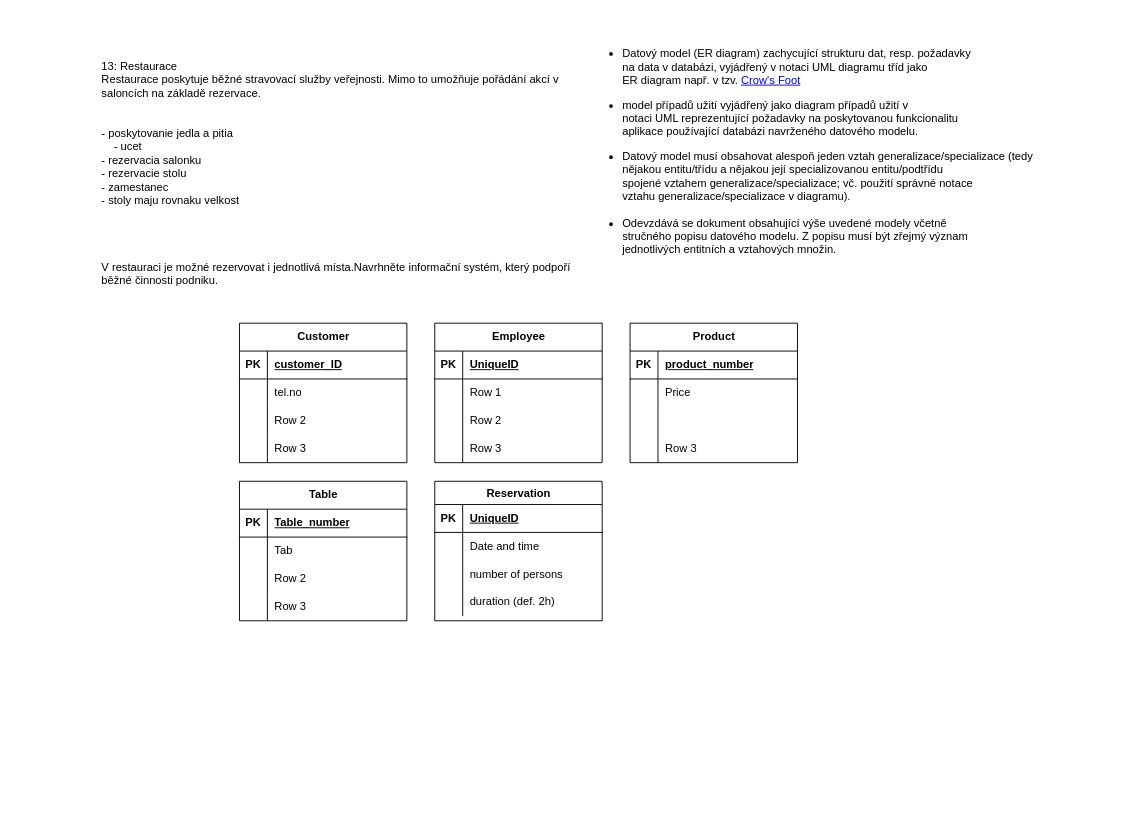
Earlier version of the draw.io diagram Untitled Diagram.drawio (5r6t/IDS_project_2025). Source tidied: cells renumbered, new cells numbered last; positions are measured from the earlier drawing's top-left corner, leaving out a move shared by most shapes. Both pictures are drawn from the tidied source at 93%, with x=0, y=0 at pixel (100, 16).
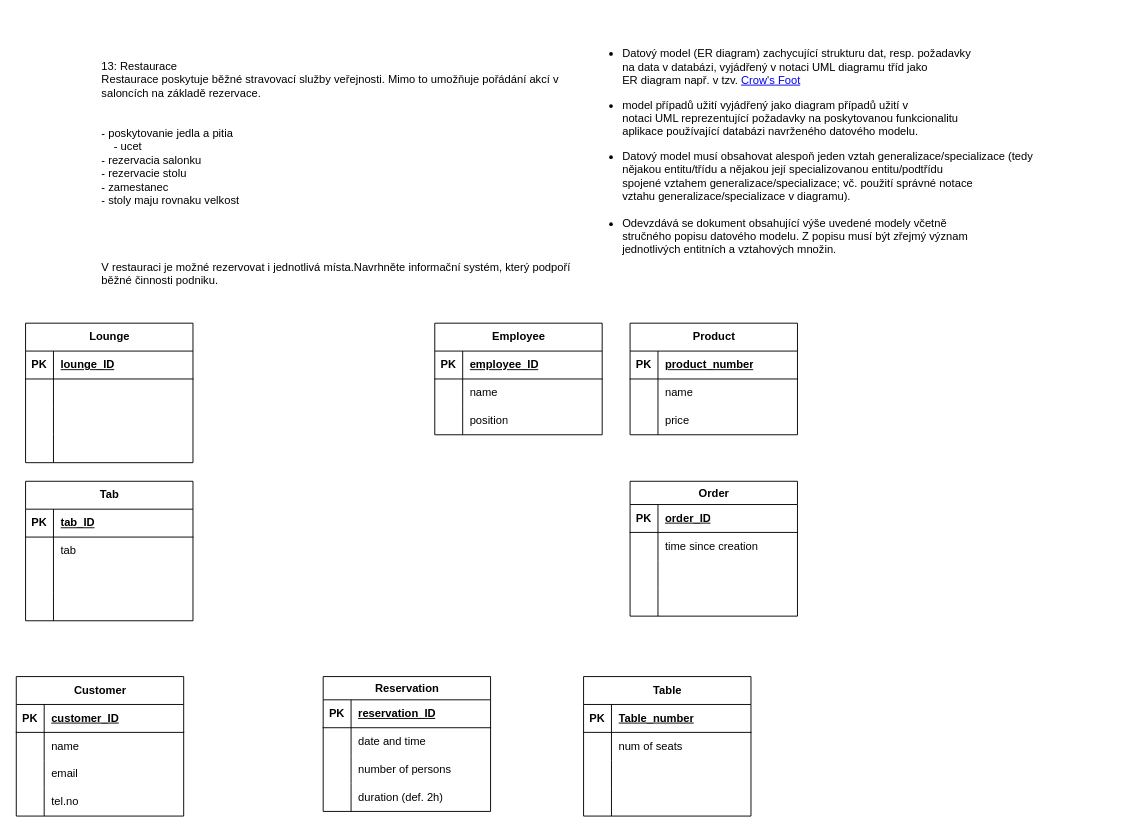
The same diagram, later.

The change refers to these unchanged cells:
```xml
<mxCell id="18" style="shape=tableRow;horizontal=0;startSize=0;swimlaneHead=0;swimlaneBody=0;fillColor=none;top=0;left=0;right=0;bottom=1;" parent="17" vertex="1">
  <mxGeometry y="25" width="180" height="30" as="geometry" />
</mxCell>
<mxCell id="21" style="shape=tableRow;horizontal=0;startSize=0;swimlaneHead=0;swimlaneBody=0;fillColor=none;top=0;left=0;right=0;bottom=0;" parent="17" vertex="1">
  <mxGeometry y="55" width="180" height="30" as="geometry" />
</mxCell>
<mxCell id="34" style="shape=tableRow;horizontal=0;startSize=0;swimlaneHead=0;swimlaneBody=0;fillColor=none;top=0;left=0;right=0;bottom=0;" parent="30" vertex="1">
  <mxGeometry y="60" width="180" height="30" as="geometry" />
</mxCell>
<mxCell id="37" style="shape=tableRow;horizontal=0;startSize=0;swimlaneHead=0;swimlaneBody=0;fillColor=none;top=0;left=0;right=0;bottom=0;" parent="30" vertex="1">
  <mxGeometry y="90" width="180" height="30" as="geometry" />
</mxCell>
<mxCell id="40" style="shape=tableRow;horizontal=0;startSize=0;swimlaneHead=0;swimlaneBody=0;fillColor=none;top=0;left=0;right=0;bottom=0;" parent="30" vertex="1">
  <mxGeometry y="120" width="180" height="30" as="geometry" />
</mxCell>
<mxCell id="44" style="shape=tableRow;horizontal=0;startSize=0;swimlaneHead=0;swimlaneBody=0;fillColor=none;top=0;left=0;right=0;bottom=1;" parent="43" vertex="1">
  <mxGeometry y="30" width="180" height="30" as="geometry" />
</mxCell>
<mxCell id="47" style="shape=tableRow;horizontal=0;startSize=0;swimlaneHead=0;swimlaneBody=0;fillColor=none;top=0;left=0;right=0;bottom=0;" parent="43" vertex="1">
  <mxGeometry y="60" width="180" height="30" as="geometry" />
</mxCell>
<mxCell id="50" style="shape=tableRow;horizontal=0;startSize=0;swimlaneHead=0;swimlaneBody=0;fillColor=none;top=0;left=0;right=0;bottom=0;" parent="43" vertex="1">
  <mxGeometry y="90" width="180" height="30" as="geometry" />
</mxCell>
<mxCell id="60" style="shape=tableRow;horizontal=0;startSize=0;swimlaneHead=0;swimlaneBody=0;fillColor=none;top=0;left=0;right=0;bottom=0;" parent="56" vertex="1">
  <mxGeometry y="60" width="180" height="30" as="geometry" />
</mxCell>
<mxCell id="63" style="shape=tableRow;horizontal=0;startSize=0;swimlaneHead=0;swimlaneBody=0;fillColor=none;top=0;left=0;right=0;bottom=0;" parent="56" vertex="1">
  <mxGeometry y="90" width="180" height="30" as="geometry" />
</mxCell>
```

Change to the diagram source:
```diff
@@
     <mxCell id="4" value="&lt;div&gt;Customer&lt;/div&gt;" style="shape=table;startSize=30;childLayout=tableLayout;rowLines=0;fontStyle=1;align=center;html=1;" parent="1" vertex="1">
-      <mxGeometry x="150" y="330" width="180" height="150" as="geometry" />
+      <mxGeometry x="-90" y="710" width="180" height="150" as="geometry" />
     </mxCell>
@@
+    <mxCell id="14" style="shape=tableRow;horizontal=0;startSize=0;swimlaneHead=0;swimlaneBody=0;fillColor=none;top=0;left=0;right=0;bottom=0;" parent="4" vertex="1">
+      <mxGeometry y="60" width="180" height="30" as="geometry" />
+    </mxCell>
+    <mxCell id="15" style="shape=partialRectangle;fillColor=none;top=0;left=0;bottom=0;right=0;overflow=hidden;whiteSpace=wrap;html=1;" parent="14" vertex="1">
+      <mxGeometry width="30" height="30" as="geometry" />
+    </mxCell>
+    <mxCell id="16" value="name" style="shape=partialRectangle;fillColor=none;top=0;left=0;bottom=0;right=0;align=left;spacingLeft=6;overflow=hidden;whiteSpace=wrap;html=1;" parent="14" vertex="1">
+      <mxGeometry x="30" width="150" height="30" as="geometry" />
+    </mxCell>
+    <mxCell id="11" style="shape=tableRow;horizontal=0;startSize=0;swimlaneHead=0;swimlaneBody=0;fillColor=none;top=0;left=0;right=0;bottom=0;" parent="4" vertex="1">
+      <mxGeometry y="90" width="180" height="30" as="geometry" />
+    </mxCell>
+    <mxCell id="12" style="shape=partialRectangle;fillColor=none;top=0;left=0;bottom=0;right=0;overflow=hidden;whiteSpace=wrap;html=1;" parent="11" vertex="1">
+      <mxGeometry width="30" height="30" as="geometry" />
+    </mxCell>
+    <mxCell id="13" value="email" style="shape=partialRectangle;fillColor=none;top=0;left=0;bottom=0;right=0;align=left;spacingLeft=6;overflow=hidden;whiteSpace=wrap;html=1;" parent="11" vertex="1">
+      <mxGeometry x="30" width="150" height="30" as="geometry" />
+    </mxCell>
     <mxCell id="8" style="shape=tableRow;horizontal=0;startSize=0;swimlaneHead=0;swimlaneBody=0;fillColor=none;top=0;left=0;right=0;bottom=0;" parent="4" vertex="1">
-      <mxGeometry y="60" width="180" height="30" as="geometry" />
+      <mxGeometry y="120" width="180" height="30" as="geometry" />
     </mxCell>
@@
-    <mxCell id="11" style="shape=tableRow;horizontal=0;startSize=0;swimlaneHead=0;swimlaneBody=0;fillColor=none;top=0;left=0;right=0;bottom=0;" parent="4" vertex="1">
-      <mxGeometry y="90" width="180" height="30" as="geometry" />
-    </mxCell>
-    <mxCell id="12" style="shape=partialRectangle;fillColor=none;top=0;left=0;bottom=0;right=0;overflow=hidden;whiteSpace=wrap;html=1;" parent="11" vertex="1">
-      <mxGeometry width="30" height="30" as="geometry" />
-    </mxCell>
-    <mxCell id="13" value="Row 2" style="shape=partialRectangle;fillColor=none;top=0;left=0;bottom=0;right=0;align=left;spacingLeft=6;overflow=hidden;whiteSpace=wrap;html=1;" parent="11" vertex="1">
-      <mxGeometry x="30" width="150" height="30" as="geometry" />
-    </mxCell>
-    <mxCell id="14" style="shape=tableRow;horizontal=0;startSize=0;swimlaneHead=0;swimlaneBody=0;fillColor=none;top=0;left=0;right=0;bottom=0;" parent="4" vertex="1">
-      <mxGeometry y="120" width="180" height="30" as="geometry" />
-    </mxCell>
-    <mxCell id="15" style="shape=partialRectangle;fillColor=none;top=0;left=0;bottom=0;right=0;overflow=hidden;whiteSpace=wrap;html=1;" parent="14" vertex="1">
-      <mxGeometry width="30" height="30" as="geometry" />
-    </mxCell>
-    <mxCell id="16" value="Row 3" style="shape=partialRectangle;fillColor=none;top=0;left=0;bottom=0;right=0;align=left;spacingLeft=6;overflow=hidden;whiteSpace=wrap;html=1;" parent="14" vertex="1">
-      <mxGeometry x="30" width="150" height="30" as="geometry" />
-    </mxCell>
     <mxCell id="17" value="Reservation" style="shape=table;startSize=25;childLayout=tableLayout;rowLines=0;fontStyle=1;align=center;html=1;" parent="1" vertex="1">
-      <mxGeometry x="360" y="500" width="180" height="150" as="geometry" />
+      <mxGeometry x="240" y="710" width="180" height="145" as="geometry" />
     </mxCell>
@@
-    <mxCell id="20" value="UniqueID" style="shape=partialRectangle;fillColor=none;top=0;left=0;bottom=0;right=0;align=left;spacingLeft=6;fontStyle=5;overflow=hidden;whiteSpace=wrap;html=1;" parent="18" vertex="1">
+    <mxCell id="20" value="reservation_ID" style="shape=partialRectangle;fillColor=none;top=0;left=0;bottom=0;right=0;align=left;spacingLeft=6;fontStyle=5;overflow=hidden;whiteSpace=wrap;html=1;" parent="18" vertex="1">
       <mxGeometry x="30" width="150" height="30" as="geometry" />
     </mxCell>
@@
-    <mxCell id="23" value="Date and time" style="shape=partialRectangle;fillColor=none;top=0;left=0;bottom=0;right=0;align=left;spacingLeft=6;overflow=hidden;whiteSpace=wrap;html=1;" parent="21" vertex="1">
+    <mxCell id="23" value="d&lt;span style=&quot;background-color: transparent; color: light-dark(rgb(0, 0, 0), rgb(255, 255, 255));&quot;&gt;ate and time&lt;/span&gt;" style="shape=partialRectangle;fillColor=none;top=0;left=0;bottom=0;right=0;align=left;spacingLeft=6;overflow=hidden;whiteSpace=wrap;html=1;" parent="21" vertex="1">
       <mxGeometry x="30" width="150" height="30" as="geometry" />
     </mxCell>
@@
     <mxCell id="30" value="Table" style="shape=table;startSize=30;childLayout=tableLayout;rowLines=0;fontStyle=1;align=center;html=1;" parent="1" vertex="1">
-      <mxGeometry x="150" y="500" width="180" height="150" as="geometry" />
+      <mxGeometry x="520" y="710" width="180" height="150" as="geometry" />
     </mxCell>
@@
-    <mxCell id="36" value="Tab" style="shape=partialRectangle;fillColor=none;top=0;left=0;bottom=0;right=0;align=left;spacingLeft=6;overflow=hidden;whiteSpace=wrap;html=1;" parent="34" vertex="1">
+    <mxCell id="36" value="num of seats" style="shape=partialRectangle;fillColor=none;top=0;left=0;bottom=0;right=0;align=left;spacingLeft=6;overflow=hidden;whiteSpace=wrap;html=1;" parent="34" vertex="1">
       <mxGeometry x="30" width="150" height="30" as="geometry" />
     </mxCell>
@@
-    <mxCell id="39" value="Row 2" style="shape=partialRectangle;fillColor=none;top=0;left=0;bottom=0;right=0;align=left;spacingLeft=6;overflow=hidden;whiteSpace=wrap;html=1;" parent="37" vertex="1">
+    <mxCell id="39" style="shape=partialRectangle;fillColor=none;top=0;left=0;bottom=0;right=0;align=left;spacingLeft=6;overflow=hidden;whiteSpace=wrap;html=1;" parent="37" vertex="1">
       <mxGeometry x="30" width="150" height="30" as="geometry" />
     </mxCell>
@@
-    <mxCell id="42" value="Row 3" style="shape=partialRectangle;fillColor=none;top=0;left=0;bottom=0;right=0;align=left;spacingLeft=6;overflow=hidden;whiteSpace=wrap;html=1;" parent="40" vertex="1">
+    <mxCell id="42" style="shape=partialRectangle;fillColor=none;top=0;left=0;bottom=0;right=0;align=left;spacingLeft=6;overflow=hidden;whiteSpace=wrap;html=1;" parent="40" vertex="1">
       <mxGeometry x="30" width="150" height="30" as="geometry" />
     </mxCell>
     <mxCell id="43" value="Employee" style="shape=table;startSize=30;childLayout=tableLayout;rowLines=0;fontStyle=1;align=center;html=1;" parent="1" vertex="1">
-      <mxGeometry x="360" y="330" width="180" height="150" as="geometry" />
+      <mxGeometry x="360" y="330" width="180" height="120" as="geometry" />
     </mxCell>
@@
-    <mxCell id="46" value="UniqueID" style="shape=partialRectangle;fillColor=none;top=0;left=0;bottom=0;right=0;align=left;spacingLeft=6;fontStyle=5;overflow=hidden;whiteSpace=wrap;html=1;" parent="44" vertex="1">
+    <mxCell id="46" value="employee_ID" style="shape=partialRectangle;fillColor=none;top=0;left=0;bottom=0;right=0;align=left;spacingLeft=6;fontStyle=5;overflow=hidden;whiteSpace=wrap;html=1;" parent="44" vertex="1">
       <mxGeometry x="30" width="150" height="30" as="geometry" />
     </mxCell>
@@
-    <mxCell id="49" value="Row 1" style="shape=partialRectangle;fillColor=none;top=0;left=0;bottom=0;right=0;align=left;spacingLeft=6;overflow=hidden;whiteSpace=wrap;html=1;" parent="47" vertex="1">
+    <mxCell id="49" value="name" style="shape=partialRectangle;fillColor=none;top=0;left=0;bottom=0;right=0;align=left;spacingLeft=6;overflow=hidden;whiteSpace=wrap;html=1;" parent="47" vertex="1">
       <mxGeometry x="30" width="150" height="30" as="geometry" />
     </mxCell>
@@
-    <mxCell id="52" value="Row 2" style="shape=partialRectangle;fillColor=none;top=0;left=0;bottom=0;right=0;align=left;spacingLeft=6;overflow=hidden;whiteSpace=wrap;html=1;" parent="50" vertex="1">
+    <mxCell id="52" value="position" style="shape=partialRectangle;fillColor=none;top=0;left=0;bottom=0;right=0;align=left;spacingLeft=6;overflow=hidden;whiteSpace=wrap;html=1;" parent="50" vertex="1">
       <mxGeometry x="30" width="150" height="30" as="geometry" />
     </mxCell>
-    <mxCell id="53" style="shape=tableRow;horizontal=0;startSize=0;swimlaneHead=0;swimlaneBody=0;fillColor=none;top=0;left=0;right=0;bottom=0;" parent="43" vertex="1">
-      <mxGeometry y="120" width="180" height="30" as="geometry" />
-    </mxCell>
-    <mxCell id="54" style="shape=partialRectangle;fillColor=none;top=0;left=0;bottom=0;right=0;overflow=hidden;whiteSpace=wrap;html=1;" parent="53" vertex="1">
-      <mxGeometry width="30" height="30" as="geometry" />
-    </mxCell>
-    <mxCell id="55" value="Row 3" style="shape=partialRectangle;fillColor=none;top=0;left=0;bottom=0;right=0;align=left;spacingLeft=6;overflow=hidden;whiteSpace=wrap;html=1;" parent="53" vertex="1">
-      <mxGeometry x="30" width="150" height="30" as="geometry" />
-    </mxCell>
     <mxCell id="56" value="Product" style="shape=table;startSize=30;childLayout=tableLayout;rowLines=0;fontStyle=1;align=center;html=1;" parent="1" vertex="1">
-      <mxGeometry x="570" y="330" width="180" height="150" as="geometry" />
+      <mxGeometry x="570" y="330" width="180" height="120" as="geometry" />
     </mxCell>
@@
-    <mxCell id="62" value="Price" style="shape=partialRectangle;fillColor=none;top=0;left=0;bottom=0;right=0;align=left;spacingLeft=6;overflow=hidden;whiteSpace=wrap;html=1;" parent="60" vertex="1">
+    <mxCell id="62" value="name" style="shape=partialRectangle;fillColor=none;top=0;left=0;bottom=0;right=0;align=left;spacingLeft=6;overflow=hidden;whiteSpace=wrap;html=1;" parent="60" vertex="1">
       <mxGeometry x="30" width="150" height="30" as="geometry" />
     </mxCell>
@@
-    <mxCell id="65" style="shape=partialRectangle;fillColor=none;top=0;left=0;bottom=0;right=0;align=left;spacingLeft=6;overflow=hidden;whiteSpace=wrap;html=1;" parent="63" vertex="1">
+    <mxCell id="65" value="price" style="shape=partialRectangle;fillColor=none;top=0;left=0;bottom=0;right=0;align=left;spacingLeft=6;overflow=hidden;whiteSpace=wrap;html=1;" parent="63" vertex="1">
       <mxGeometry x="30" width="150" height="30" as="geometry" />
     </mxCell>
-    <mxCell id="66" style="shape=tableRow;horizontal=0;startSize=0;swimlaneHead=0;swimlaneBody=0;fillColor=none;top=0;left=0;right=0;bottom=0;" parent="56" vertex="1">
-      <mxGeometry y="120" width="180" height="30" as="geometry" />
-    </mxCell>
-    <mxCell id="67" style="shape=partialRectangle;fillColor=none;top=0;left=0;bottom=0;right=0;overflow=hidden;whiteSpace=wrap;html=1;" parent="66" vertex="1">
-      <mxGeometry width="30" height="30" as="geometry" />
-    </mxCell>
-    <mxCell id="68" value="Row 3" style="shape=partialRectangle;fillColor=none;top=0;left=0;bottom=0;right=0;align=left;spacingLeft=6;overflow=hidden;whiteSpace=wrap;html=1;" parent="66" vertex="1">
-      <mxGeometry x="30" width="150" height="30" as="geometry" />
-    </mxCell>
+    <mxCell id="69" value="Order" style="shape=table;startSize=25;childLayout=tableLayout;rowLines=0;fontStyle=1;align=center;html=1;" parent="1" vertex="1">
+      <mxGeometry x="570" y="500" width="180" height="145" as="geometry" />
+    </mxCell>
+    <mxCell id="70" style="shape=tableRow;horizontal=0;startSize=0;swimlaneHead=0;swimlaneBody=0;fillColor=none;top=0;left=0;right=0;bottom=1;" parent="69" vertex="1">
+      <mxGeometry y="25" width="180" height="30" as="geometry" />
+    </mxCell>
+    <mxCell id="71" value="PK" style="shape=partialRectangle;fillColor=none;top=0;left=0;bottom=0;right=0;fontStyle=1;overflow=hidden;whiteSpace=wrap;html=1;" parent="70" vertex="1">
+      <mxGeometry width="30" height="30" as="geometry" />
+    </mxCell>
+    <mxCell id="72" value="order_ID" style="shape=partialRectangle;fillColor=none;top=0;left=0;bottom=0;right=0;align=left;spacingLeft=6;fontStyle=5;overflow=hidden;whiteSpace=wrap;html=1;" parent="70" vertex="1">
+      <mxGeometry x="30" width="150" height="30" as="geometry" />
+    </mxCell>
+    <mxCell id="73" style="shape=tableRow;horizontal=0;startSize=0;swimlaneHead=0;swimlaneBody=0;fillColor=none;top=0;left=0;right=0;bottom=0;" parent="69" vertex="1">
+      <mxGeometry y="55" width="180" height="30" as="geometry" />
+    </mxCell>
+    <mxCell id="74" style="shape=partialRectangle;fillColor=none;top=0;left=0;bottom=0;right=0;overflow=hidden;whiteSpace=wrap;html=1;" parent="73" vertex="1">
+      <mxGeometry width="30" height="30" as="geometry" />
+    </mxCell>
+    <mxCell id="75" value="time since creation" style="shape=partialRectangle;fillColor=none;top=0;left=0;bottom=0;right=0;align=left;spacingLeft=6;overflow=hidden;whiteSpace=wrap;html=1;" parent="73" vertex="1">
+      <mxGeometry x="30" width="150" height="30" as="geometry" />
+    </mxCell>
+    <mxCell id="76" style="shape=tableRow;horizontal=0;startSize=0;swimlaneHead=0;swimlaneBody=0;fillColor=none;top=0;left=0;right=0;bottom=0;" parent="69" vertex="1">
+      <mxGeometry y="85" width="180" height="30" as="geometry" />
+    </mxCell>
+    <mxCell id="77" style="shape=partialRectangle;fillColor=none;top=0;left=0;bottom=0;right=0;overflow=hidden;whiteSpace=wrap;html=1;" parent="76" vertex="1">
+      <mxGeometry width="30" height="30" as="geometry" />
+    </mxCell>
+    <mxCell id="78" style="shape=partialRectangle;fillColor=none;top=0;left=0;bottom=0;right=0;align=left;spacingLeft=6;overflow=hidden;whiteSpace=wrap;html=1;" parent="76" vertex="1">
+      <mxGeometry x="30" width="150" height="30" as="geometry" />
+    </mxCell>
+    <mxCell id="79" style="shape=tableRow;horizontal=0;startSize=0;swimlaneHead=0;swimlaneBody=0;fillColor=none;top=0;left=0;right=0;bottom=0;" parent="69" vertex="1">
+      <mxGeometry y="115" width="180" height="30" as="geometry" />
+    </mxCell>
+    <mxCell id="80" style="shape=partialRectangle;fillColor=none;top=0;left=0;bottom=0;right=0;overflow=hidden;whiteSpace=wrap;html=1;" parent="79" vertex="1">
+      <mxGeometry width="30" height="30" as="geometry" />
+    </mxCell>
+    <mxCell id="81" style="shape=partialRectangle;fillColor=none;top=0;left=0;bottom=0;right=0;align=left;spacingLeft=6;overflow=hidden;whiteSpace=wrap;html=1;" parent="79" vertex="1">
+      <mxGeometry x="30" width="150" height="30" as="geometry" />
+    </mxCell>
+    <mxCell id="82" value="&lt;div&gt;Lounge&lt;/div&gt;" style="shape=table;startSize=30;childLayout=tableLayout;rowLines=0;fontStyle=1;align=center;html=1;" parent="1" vertex="1">
+      <mxGeometry x="-80" y="330" width="180" height="150" as="geometry" />
+    </mxCell>
+    <mxCell id="83" style="shape=tableRow;horizontal=0;startSize=0;swimlaneHead=0;swimlaneBody=0;fillColor=none;top=0;left=0;right=0;bottom=1;" parent="82" vertex="1">
+      <mxGeometry y="30" width="180" height="30" as="geometry" />
+    </mxCell>
+    <mxCell id="84" value="PK" style="shape=partialRectangle;fillColor=none;top=0;left=0;bottom=0;right=0;fontStyle=1;overflow=hidden;whiteSpace=wrap;html=1;" parent="83" vertex="1">
+      <mxGeometry width="30" height="30" as="geometry" />
+    </mxCell>
+    <mxCell id="85" value="&lt;div&gt;lounge_ID&lt;/div&gt;" style="shape=partialRectangle;fillColor=none;top=0;left=0;bottom=0;right=0;align=left;spacingLeft=6;fontStyle=5;overflow=hidden;whiteSpace=wrap;html=1;" parent="83" vertex="1">
+      <mxGeometry x="30" width="150" height="30" as="geometry" />
+    </mxCell>
+    <mxCell id="86" style="shape=tableRow;horizontal=0;startSize=0;swimlaneHead=0;swimlaneBody=0;fillColor=none;top=0;left=0;right=0;bottom=0;" parent="82" vertex="1">
+      <mxGeometry y="60" width="180" height="30" as="geometry" />
+    </mxCell>
+    <mxCell id="87" style="shape=partialRectangle;fillColor=none;top=0;left=0;bottom=0;right=0;overflow=hidden;whiteSpace=wrap;html=1;" parent="86" vertex="1">
+      <mxGeometry width="30" height="30" as="geometry" />
+    </mxCell>
+    <mxCell id="88" style="shape=partialRectangle;fillColor=none;top=0;left=0;bottom=0;right=0;align=left;spacingLeft=6;overflow=hidden;whiteSpace=wrap;html=1;" parent="86" vertex="1">
+      <mxGeometry x="30" width="150" height="30" as="geometry" />
+    </mxCell>
+    <mxCell id="89" style="shape=tableRow;horizontal=0;startSize=0;swimlaneHead=0;swimlaneBody=0;fillColor=none;top=0;left=0;right=0;bottom=0;" parent="82" vertex="1">
+      <mxGeometry y="90" width="180" height="30" as="geometry" />
+    </mxCell>
+    <mxCell id="90" style="shape=partialRectangle;fillColor=none;top=0;left=0;bottom=0;right=0;overflow=hidden;whiteSpace=wrap;html=1;" parent="89" vertex="1">
+      <mxGeometry width="30" height="30" as="geometry" />
+    </mxCell>
+    <mxCell id="91" style="shape=partialRectangle;fillColor=none;top=0;left=0;bottom=0;right=0;align=left;spacingLeft=6;overflow=hidden;whiteSpace=wrap;html=1;" parent="89" vertex="1">
+      <mxGeometry x="30" width="150" height="30" as="geometry" />
+    </mxCell>
+    <mxCell id="92" style="shape=tableRow;horizontal=0;startSize=0;swimlaneHead=0;swimlaneBody=0;fillColor=none;top=0;left=0;right=0;bottom=0;" parent="82" vertex="1">
+      <mxGeometry y="120" width="180" height="30" as="geometry" />
+    </mxCell>
+    <mxCell id="93" style="shape=partialRectangle;fillColor=none;top=0;left=0;bottom=0;right=0;overflow=hidden;whiteSpace=wrap;html=1;" parent="92" vertex="1">
+      <mxGeometry width="30" height="30" as="geometry" />
+    </mxCell>
+    <mxCell id="94" style="shape=partialRectangle;fillColor=none;top=0;left=0;bottom=0;right=0;align=left;spacingLeft=6;overflow=hidden;whiteSpace=wrap;html=1;" parent="92" vertex="1">
+      <mxGeometry x="30" width="150" height="30" as="geometry" />
+    </mxCell>
+    <mxCell id="95" value="&lt;div&gt;Tab&lt;/div&gt;" style="shape=table;startSize=30;childLayout=tableLayout;rowLines=0;fontStyle=1;align=center;html=1;" parent="1" vertex="1">
+      <mxGeometry x="-80" y="500" width="180" height="150" as="geometry" />
+    </mxCell>
+    <mxCell id="96" style="shape=tableRow;horizontal=0;startSize=0;swimlaneHead=0;swimlaneBody=0;fillColor=none;top=0;left=0;right=0;bottom=1;" parent="95" vertex="1">
+      <mxGeometry y="30" width="180" height="30" as="geometry" />
+    </mxCell>
+    <mxCell id="97" value="PK" style="shape=partialRectangle;fillColor=none;top=0;left=0;bottom=0;right=0;fontStyle=1;overflow=hidden;whiteSpace=wrap;html=1;" parent="96" vertex="1">
+      <mxGeometry width="30" height="30" as="geometry" />
+    </mxCell>
+    <mxCell id="98" value="&lt;div&gt;tab_ID&lt;/div&gt;" style="shape=partialRectangle;fillColor=none;top=0;left=0;bottom=0;right=0;align=left;spacingLeft=6;fontStyle=5;overflow=hidden;whiteSpace=wrap;html=1;" parent="96" vertex="1">
+      <mxGeometry x="30" width="150" height="30" as="geometry" />
+    </mxCell>
+    <mxCell id="99" style="shape=tableRow;horizontal=0;startSize=0;swimlaneHead=0;swimlaneBody=0;fillColor=none;top=0;left=0;right=0;bottom=0;" parent="95" vertex="1">
+      <mxGeometry y="60" width="180" height="30" as="geometry" />
+    </mxCell>
+    <mxCell id="100" style="shape=partialRectangle;fillColor=none;top=0;left=0;bottom=0;right=0;overflow=hidden;whiteSpace=wrap;html=1;" parent="99" vertex="1">
+      <mxGeometry width="30" height="30" as="geometry" />
+    </mxCell>
+    <mxCell id="101" value="tab" style="shape=partialRectangle;fillColor=none;top=0;left=0;bottom=0;right=0;align=left;spacingLeft=6;overflow=hidden;whiteSpace=wrap;html=1;" parent="99" vertex="1">
+      <mxGeometry x="30" width="150" height="30" as="geometry" />
+    </mxCell>
+    <mxCell id="102" style="shape=tableRow;horizontal=0;startSize=0;swimlaneHead=0;swimlaneBody=0;fillColor=none;top=0;left=0;right=0;bottom=0;" parent="95" vertex="1">
+      <mxGeometry y="90" width="180" height="30" as="geometry" />
+    </mxCell>
+    <mxCell id="103" style="shape=partialRectangle;fillColor=none;top=0;left=0;bottom=0;right=0;overflow=hidden;whiteSpace=wrap;html=1;" parent="102" vertex="1">
+      <mxGeometry width="30" height="30" as="geometry" />
+    </mxCell>
+    <mxCell id="104" style="shape=partialRectangle;fillColor=none;top=0;left=0;bottom=0;right=0;align=left;spacingLeft=6;overflow=hidden;whiteSpace=wrap;html=1;" parent="102" vertex="1">
+      <mxGeometry x="30" width="150" height="30" as="geometry" />
+    </mxCell>
+    <mxCell id="105" style="shape=tableRow;horizontal=0;startSize=0;swimlaneHead=0;swimlaneBody=0;fillColor=none;top=0;left=0;right=0;bottom=0;" parent="95" vertex="1">
+      <mxGeometry y="120" width="180" height="30" as="geometry" />
+    </mxCell>
+    <mxCell id="106" style="shape=partialRectangle;fillColor=none;top=0;left=0;bottom=0;right=0;overflow=hidden;whiteSpace=wrap;html=1;" parent="105" vertex="1">
+      <mxGeometry width="30" height="30" as="geometry" />
+    </mxCell>
+    <mxCell id="107" style="shape=partialRectangle;fillColor=none;top=0;left=0;bottom=0;right=0;align=left;spacingLeft=6;overflow=hidden;whiteSpace=wrap;html=1;" parent="105" vertex="1">
+      <mxGeometry x="30" width="150" height="30" as="geometry" />
+    </mxCell>
```
